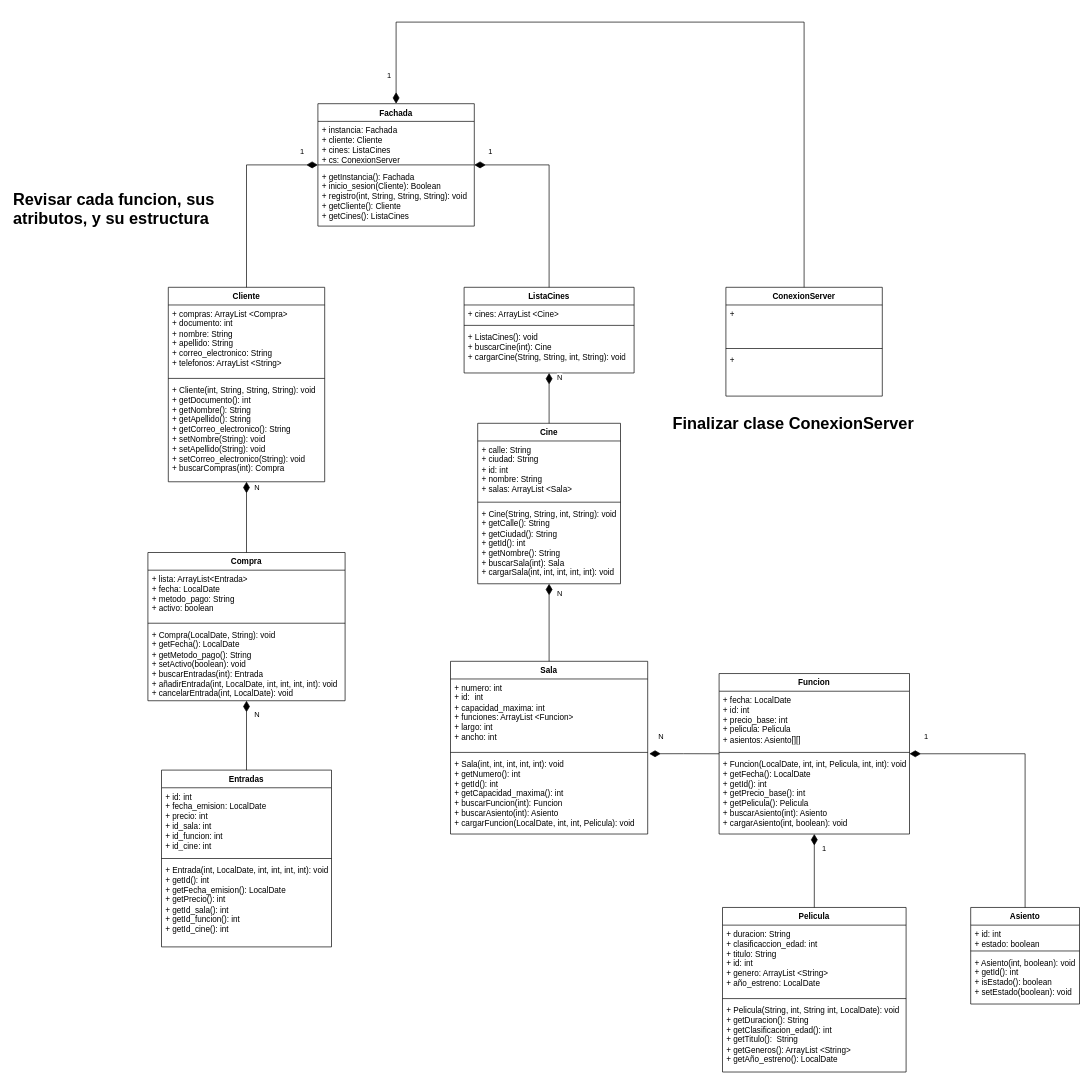
The draw.io diagram Proyecto_UML.drawio in nXD643/Projecto-Final-Cine, before the edit. Source tidied: cells renumbered, new cells numbered last; positions are measured from the earlier drawing's top-left corner, leaving out a move shared by most shapes. Both pictures are drawn from the tidied source at 68%, with x=0, y=0 at pixel (12, 22).
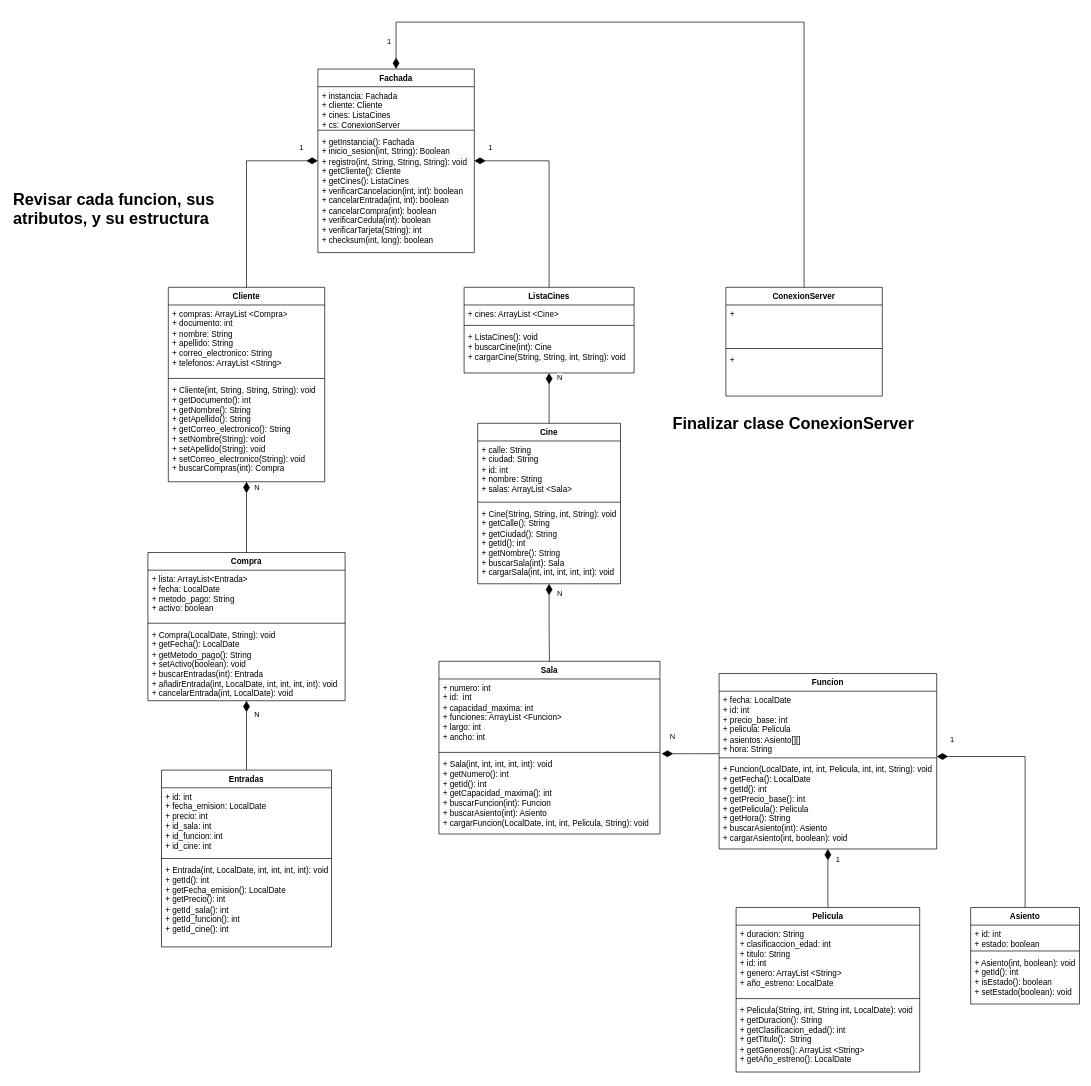
The same page after the edit.

Commit message (it also covers changes not shown here):
Se actualiza DER, ER y UML

Unchanged cells that the change refers to:
```xml
<mxCell id="22" value="Asiento" style="swimlane;fontStyle=1;align=center;verticalAlign=top;horizontal=1;startSize=26;whiteSpace=wrap;html=1;" parent="1" vertex="1">
  <mxGeometry x="1410" y="1302" width="160" height="142" as="geometry" />
</mxCell>
```

What changed in the source:
```diff
@@
     <mxCell id="2" value="Fachada" style="swimlane;fontStyle=1;align=center;verticalAlign=top;horizontal=1;startSize=26;whiteSpace=wrap;html=1;" parent="1" vertex="1">
-      <mxGeometry x="450" y="120" width="230" height="180" as="geometry" />
+      <mxGeometry x="450" y="69" width="230" height="270" as="geometry" />
     </mxCell>
@@
-    <mxCell id="5" value="+ getInstancia(): Fachada&lt;div&gt;+ inicio_sesion(Cliente): Boolean&lt;/div&gt;&lt;div&gt;+ registro(int, String, String, String): void&lt;/div&gt;&lt;div&gt;+ getCliente(): Cliente&lt;/div&gt;&lt;div&gt;+ getCines(): ListaCines&lt;/div&gt;" style="text;strokeColor=none;fillColor=none;align=left;verticalAlign=top;spacingLeft=4;spacingRight=4;overflow=hidden;whiteSpace=wrap;html=1;" parent="2" vertex="1">
-      <mxGeometry y="94" width="230" height="86" as="geometry" />
+    <mxCell id="5" value="+ getInstancia(): Fachada&lt;div&gt;+ inicio_sesion(int, String): Boolean&lt;/div&gt;&lt;div&gt;+ registro(int, String, String, String): void&lt;/div&gt;&lt;div&gt;+ getCliente(): Cliente&lt;/div&gt;&lt;div&gt;+ getCines(): ListaCines&lt;/div&gt;&lt;div&gt;+ verificarCancelacion(int, int): boolean&lt;/div&gt;&lt;div&gt;+ cancelarEntrada(int, int): boolean&lt;/div&gt;&lt;div&gt;+ cancelarCompra(int): boolean&lt;/div&gt;&lt;div&gt;+ verificarCedula(int): boolean&lt;/div&gt;&lt;div&gt;+ verificarTarjeta(String): int&lt;/div&gt;&lt;div&gt;+ checksum(int, long): boolean&lt;/div&gt;" style="text;strokeColor=none;fillColor=none;align=left;verticalAlign=top;spacingLeft=4;spacingRight=4;overflow=hidden;whiteSpace=wrap;html=1;" parent="2" vertex="1">
+      <mxGeometry y="94" width="230" height="176" as="geometry" />
     </mxCell>
@@
     <mxCell id="14" value="Sala" style="swimlane;fontStyle=1;align=center;verticalAlign=top;horizontal=1;startSize=26;whiteSpace=wrap;html=1;" parent="1" vertex="1">
-      <mxGeometry x="645" y="940" width="290" height="254" as="geometry" />
+      <mxGeometry x="628" y="940" width="325" height="254" as="geometry" />
     </mxCell>
     <mxCell id="15" value="+ numero: int&lt;div&gt;+ id:&amp;nbsp; int&lt;/div&gt;&lt;div&gt;+ capacidad_maxima: int&lt;/div&gt;&lt;div&gt;+ funciones: ArrayList &amp;lt;Funcion&amp;gt;&lt;/div&gt;&lt;div&gt;+ largo: int&lt;/div&gt;&lt;div&gt;+ ancho: int&lt;/div&gt;" style="text;strokeColor=none;fillColor=none;align=left;verticalAlign=top;spacingLeft=4;spacingRight=4;overflow=hidden;whiteSpace=wrap;html=1;" parent="14" vertex="1">
-      <mxGeometry y="26" width="290" height="104" as="geometry" />
+      <mxGeometry y="26" width="325" height="104" as="geometry" />
     </mxCell>
     <mxCell id="16" style="line;strokeWidth=1;fillColor=none;align=left;verticalAlign=middle;spacingTop=-1;spacingLeft=3;spacingRight=3;labelPosition=right;strokeColor=inherit;" parent="14" vertex="1">
-      <mxGeometry y="130" width="290" height="8" as="geometry" />
+      <mxGeometry y="130" width="325" height="8" as="geometry" />
     </mxCell>
-    <mxCell id="17" value="+ Sala(int, int, int, int, int): void&lt;div&gt;+ getNumero(): int&lt;/div&gt;&lt;div&gt;+ getId(): int&lt;/div&gt;&lt;div&gt;+ getCapacidad_maxima(): int&lt;/div&gt;&lt;div&gt;+ buscarFuncion(int): Funcion&lt;/div&gt;&lt;div&gt;+ buscarAsiento(int): Asiento&lt;/div&gt;&lt;div&gt;+ cargarFuncion(LocalDate, int, int, Pelicula): void&lt;/div&gt;" style="text;strokeColor=none;fillColor=none;align=left;verticalAlign=top;spacingLeft=4;spacingRight=4;overflow=hidden;points=[[0,0.5],[1,0.5]];portConstraint=eastwest;whiteSpace=wrap;html=1;" parent="14" vertex="1">
-      <mxGeometry y="138" width="290" height="116" as="geometry" />
+    <mxCell id="17" value="+ Sala(int, int, int, int, int): void&lt;div&gt;+ getNumero(): int&lt;/div&gt;&lt;div&gt;+ getId(): int&lt;/div&gt;&lt;div&gt;+ getCapacidad_maxima(): int&lt;/div&gt;&lt;div&gt;+ buscarFuncion(int): Funcion&lt;/div&gt;&lt;div&gt;+ buscarAsiento(int): Asiento&lt;/div&gt;&lt;div&gt;+ cargarFuncion(LocalDate, int, int, Pelicula, String): void&lt;/div&gt;" style="text;strokeColor=none;fillColor=none;align=left;verticalAlign=top;spacingLeft=4;spacingRight=4;overflow=hidden;points=[[0,0.5],[1,0.5]];portConstraint=eastwest;whiteSpace=wrap;html=1;" parent="14" vertex="1">
+      <mxGeometry y="138" width="325" height="116" as="geometry" />
     </mxCell>
     <mxCell id="18" value="Funcion" style="swimlane;fontStyle=1;align=center;verticalAlign=top;horizontal=1;startSize=26;whiteSpace=wrap;html=1;" parent="1" vertex="1">
-      <mxGeometry x="1040" y="958" width="280" height="236" as="geometry" />
+      <mxGeometry x="1040" y="958" width="320" height="258" as="geometry" />
     </mxCell>
-    <mxCell id="19" value="+ fecha: LocalDate&lt;div&gt;+ id: int&lt;/div&gt;&lt;div&gt;+ precio_base: int&lt;/div&gt;&lt;div&gt;+ pelicula: Pelicula&lt;/div&gt;&lt;div&gt;+ asientos: Asiento[][]&lt;/div&gt;" style="text;strokeColor=none;fillColor=none;align=left;verticalAlign=top;spacingLeft=4;spacingRight=4;overflow=hidden;points=[[0,0.5],[1,0.5]];portConstraint=eastwest;whiteSpace=wrap;html=1;" parent="18" vertex="1">
-      <mxGeometry y="26" width="280" height="86" as="geometry" />
+    <mxCell id="19" value="+ fecha: LocalDate&lt;div&gt;+ id: int&lt;/div&gt;&lt;div&gt;+ precio_base: int&lt;/div&gt;&lt;div&gt;+ pelicula: Pelicula&lt;/div&gt;&lt;div&gt;+ asientos: Asiento[][]&lt;/div&gt;&lt;div&gt;+ hora: String&lt;/div&gt;" style="text;strokeColor=none;fillColor=none;align=left;verticalAlign=top;spacingLeft=4;spacingRight=4;overflow=hidden;points=[[0,0.5],[1,0.5]];portConstraint=eastwest;whiteSpace=wrap;html=1;" parent="18" vertex="1">
+      <mxGeometry y="26" width="320" height="94" as="geometry" />
     </mxCell>
     <mxCell id="20" style="line;strokeWidth=1;fillColor=none;align=left;verticalAlign=middle;spacingTop=-1;spacingLeft=3;spacingRight=3;labelPosition=right;strokeColor=inherit;" parent="18" vertex="1">
-      <mxGeometry y="112" width="280" height="8" as="geometry" />
+      <mxGeometry y="120" width="320" height="8" as="geometry" />
     </mxCell>
-    <mxCell id="21" value="+ Funcion(LocalDate, int, int, Pelicula, int, int): void&lt;div&gt;+ getFecha():&amp;nbsp;&lt;span style=&quot;background-color: transparent; color: light-dark(rgb(0, 0, 0), rgb(255, 255, 255));&quot;&gt;LocalDate&lt;/span&gt;&lt;/div&gt;&lt;div&gt;+ getId(): int&lt;/div&gt;&lt;div&gt;+ getPrecio_base(): int&lt;/div&gt;&lt;div&gt;+ getPelicula(): Pelicula&lt;/div&gt;&lt;div&gt;+ buscarAsiento(int): Asiento&lt;/div&gt;&lt;div&gt;+ cargarAsiento(int, boolean): void&lt;/div&gt;" style="text;strokeColor=none;fillColor=none;align=left;verticalAlign=top;spacingLeft=4;spacingRight=4;overflow=hidden;whiteSpace=wrap;html=1;" parent="18" vertex="1">
-      <mxGeometry y="120" width="280" height="116" as="geometry" />
+    <mxCell id="21" value="+ Funcion(LocalDate, int, int, Pelicula, int, int, String): void&lt;div&gt;+ getFecha():&amp;nbsp;&lt;span style=&quot;background-color: transparent; color: light-dark(rgb(0, 0, 0), rgb(255, 255, 255));&quot;&gt;LocalDate&lt;/span&gt;&lt;/div&gt;&lt;div&gt;+ getId(): int&lt;/div&gt;&lt;div&gt;+ getPrecio_base(): int&lt;/div&gt;&lt;div&gt;+ getPelicula(): Pelicula&lt;/div&gt;&lt;div&gt;+ getHora(): String&lt;/div&gt;&lt;div&gt;+ buscarAsiento(int): Asiento&lt;/div&gt;&lt;div&gt;+ cargarAsiento(int, boolean): void&lt;/div&gt;" style="text;strokeColor=none;fillColor=none;align=left;verticalAlign=top;spacingLeft=4;spacingRight=4;overflow=hidden;whiteSpace=wrap;html=1;" parent="18" vertex="1">
+      <mxGeometry y="128" width="320" height="130" as="geometry" />
     </mxCell>
@@
     <mxCell id="26" value="Pelicula" style="swimlane;fontStyle=1;align=center;verticalAlign=top;horizontal=1;startSize=26;whiteSpace=wrap;html=1;" parent="1" vertex="1">
-      <mxGeometry x="1045" y="1302" width="270" height="242" as="geometry" />
+      <mxGeometry x="1065" y="1302" width="270" height="242" as="geometry" />
     </mxCell>
@@
-    <mxCell id="48" value="N" style="endArrow=none;html=1;endSize=12;startArrow=diamondThin;startSize=14;startFill=1;edgeStyle=orthogonalEdgeStyle;align=left;verticalAlign=bottom;rounded=0;exitX=1.008;exitY=-0.018;exitDx=0;exitDy=0;entryX=0;entryY=0.5;entryDx=0;entryDy=0;endFill=0;exitPerimeter=0;" parent="1" edge="1" source="17" target="18">
+    <mxCell id="48" value="N" style="endArrow=none;html=1;endSize=12;startArrow=diamondThin;startSize=14;startFill=1;edgeStyle=orthogonalEdgeStyle;align=left;verticalAlign=bottom;rounded=0;exitX=1.008;exitY=-0.018;exitDx=0;exitDy=0;entryX=0;entryY=0.977;entryDx=0;entryDy=0;endFill=0;exitPerimeter=0;entryPerimeter=0;" parent="1" edge="1" source="17" target="19">
       <mxGeometry x="-0.76" y="16" relative="1" as="geometry" />
     </mxCell>
-    <mxCell id="49" value="1" style="endArrow=none;html=1;endSize=12;startArrow=diamondThin;startSize=14;startFill=1;edgeStyle=orthogonalEdgeStyle;align=left;verticalAlign=bottom;rounded=0;endFill=0;entryX=0.5;entryY=0;entryDx=0;entryDy=0;exitX=1;exitY=0.5;exitDx=0;exitDy=0;" parent="1" edge="1" source="18" target="22">
+    <mxCell id="49" value="1" style="endArrow=none;html=1;endSize=12;startArrow=diamondThin;startSize=14;startFill=1;edgeStyle=orthogonalEdgeStyle;align=left;verticalAlign=bottom;rounded=0;endFill=0;entryX=0.5;entryY=0;entryDx=0;entryDy=0;" parent="1" edge="1" target="22">
       <mxGeometry x="-0.9" y="16" relative="1" as="geometry">
+        <mxPoint x="1360" y="1080" as="sourcePoint" />
         <Array as="points">
-          <mxPoint x="1490" y="1076" />
+          <mxPoint x="1490" y="1080" />
         </Array>
       </mxGeometry>
     </mxCell>
```
